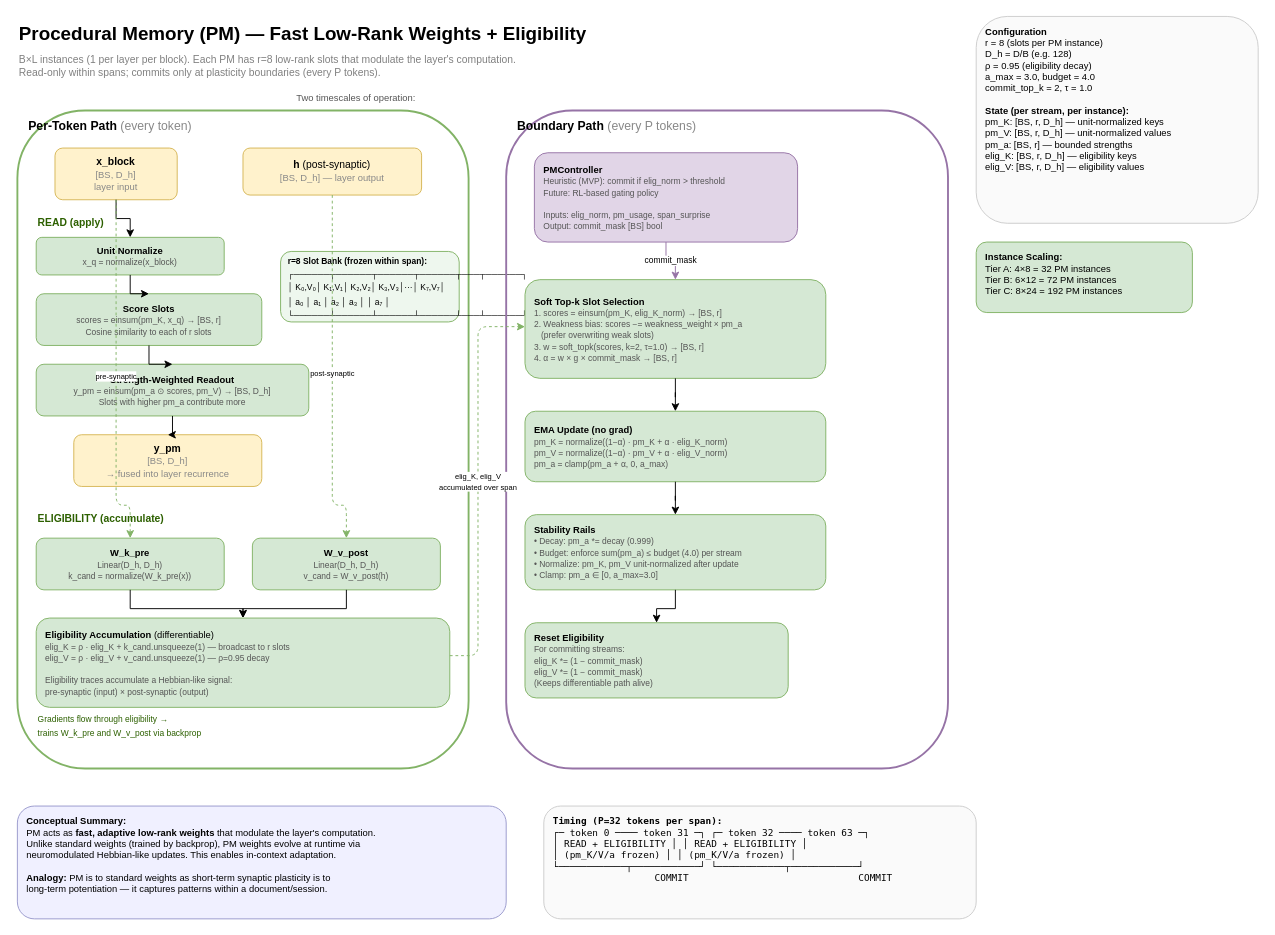
Before: docs/diagrams/procedural_memory.drawio in alxdofficial/neuromorphic, a draw.io diagram. Source tidied: cells renumbered, new cells numbered last; positions are measured from the earlier drawing's top-left corner, leaving out a move shared by most shapes. Both pictures are drawn from the tidied source at 94%, with x=0, y=0 at pixel (17, 16).
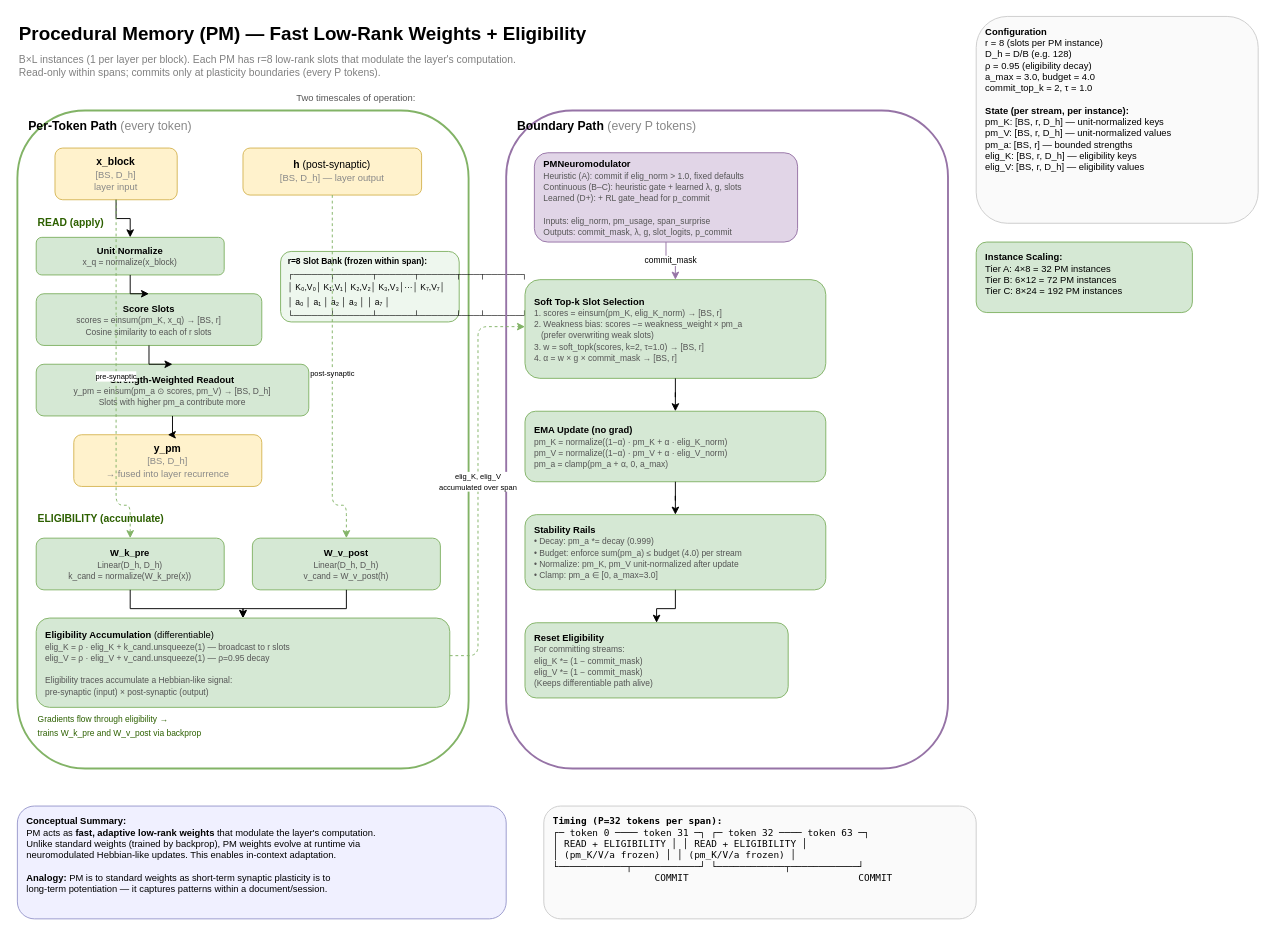
Above is the later version.

The edit, as a diff of the source:
```diff
@@
-    <mxCell id="32" value="&lt;b&gt;PMController&lt;/b&gt;&lt;br&gt;&lt;font style=&quot;font-size: 9px;&quot; color=&quot;#555&quot;&gt;Heuristic (MVP): commit if elig_norm &gt; threshold&lt;br&gt;Future: RL-based gating policy&lt;br&gt;&lt;br&gt;Inputs: elig_norm, pm_usage, span_surprise&lt;br&gt;Output: commit_mask [BS] bool&lt;/font&gt;" style="rounded=1;whiteSpace=wrap;html=1;fillColor=#e1d5e7;strokeColor=#9673a6;fontSize=10;align=left;spacingLeft=8;" parent="1" vertex="1">
+    <mxCell id="32" value="&lt;b&gt;PMNeuromodulator&lt;/b&gt;&lt;br&gt;&lt;font style=&quot;font-size: 9px;&quot; color=&quot;#555&quot;&gt;Heuristic (A): commit if elig_norm &gt; 1.0, fixed defaults&lt;br&gt;Continuous (B–C): heuristic gate + learned λ, g, slots&lt;br&gt;Learned (D+): + RL gate_head for p_commit&lt;br&gt;&lt;br&gt;Inputs: elig_norm, pm_usage, span_surprise&lt;br&gt;Outputs: commit_mask, λ, g, slot_logits, p_commit&lt;/font&gt;" style="rounded=1;whiteSpace=wrap;html=1;fillColor=#e1d5e7;strokeColor=#9673a6;fontSize=10;align=left;spacingLeft=8;" parent="1" vertex="1">
       <mxGeometry x="550" y="145" width="280" height="95" as="geometry" />
     </mxCell>
```
